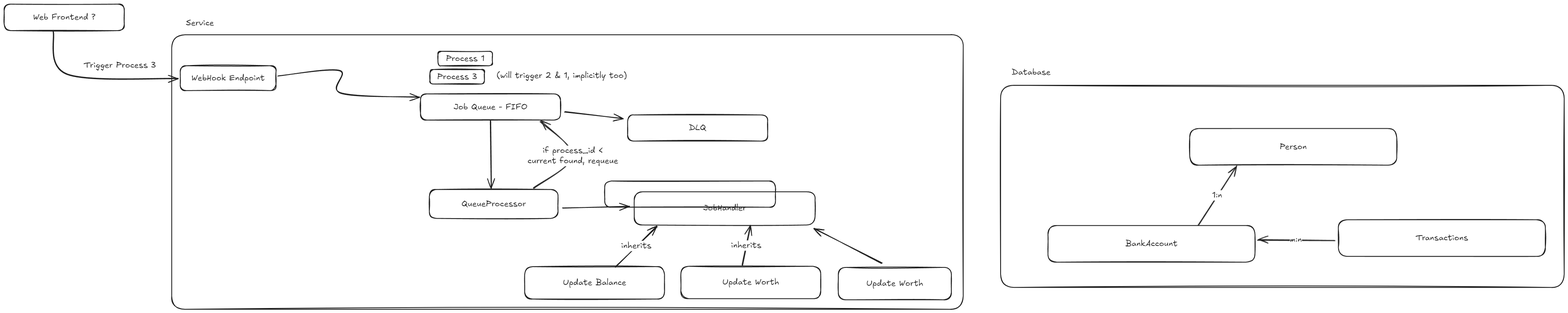
Before: docs/concept.excalidraw.png, a diagram exported from Excalidraw (Hobart2967/lending-statistics-service). Source tidied: one line per element, renumbered; positions are measured from the earlier drawing's top-left corner, leaving out a move shared by most shapes.
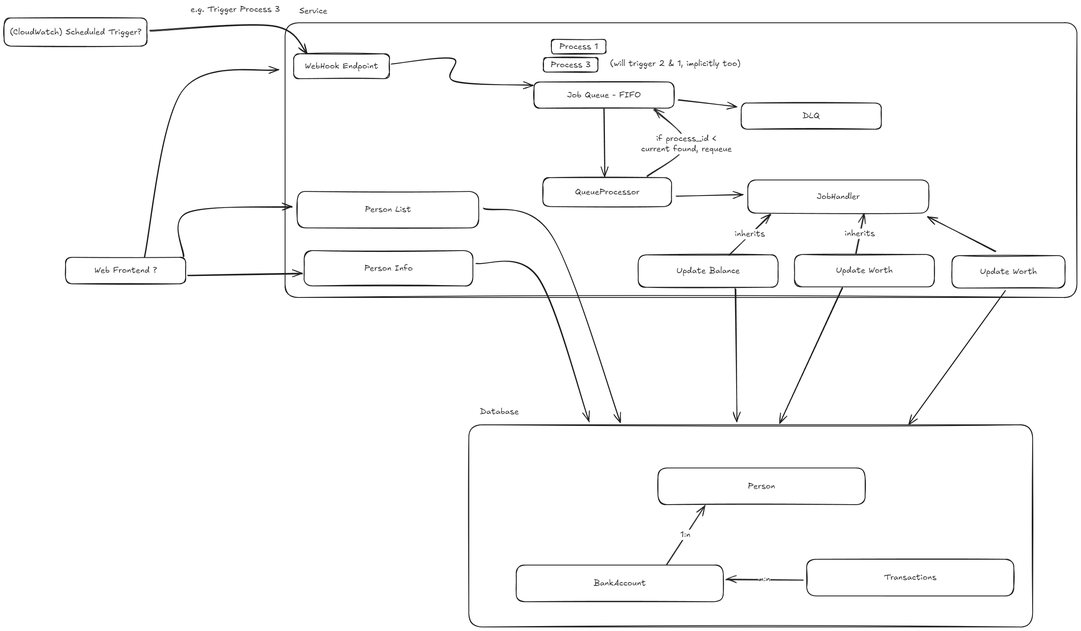
After the commit.

Commit message:
docs(concept): :building_construction: Add last bits to the concept

The edit, as a diff of the source:
```diff
@@ -1,13 +1,13 @@
-{"id": 0, "type": "rectangle", "strokeColor": "#1e1e1e", "strokeWidth": 2, "roughness": 1, "round": true, "x": 0, "y": 0, "width": 290, "height": 64}
+{"id": 0, "type": "rectangle", "strokeColor": "#1e1e1e", "strokeWidth": 2, "roughness": 1, "round": true, "x": -125, "y": 640, "width": 290, "height": 64}
-{"id": 1, "type": "text", "text": "Web Frontend ?", "strokeColor": "#1e1e1e", "strokeWidth": 2, "roughness": 1, "fontSize": 20, "fontFamily": 5, "textAlign": "center", "verticalAlign": "middle", "inside": 0, "x": 70, "y": 20, "width": 151, "height": 25}
+{"id": 1, "type": "text", "text": "Web Frontend ?", "strokeColor": "#1e1e1e", "strokeWidth": 2, "roughness": 1, "fontSize": 20, "fontFamily": 5, "textAlign": "center", "verticalAlign": "middle", "inside": 0, "x": -56, "y": 659, "width": 151, "height": 25}
 {"id": 2, "type": "rectangle", "strokeColor": "#1e1e1e", "strokeWidth": 2, "roughness": 1, "round": true, "x": 425, "y": 149, "width": 231, "height": 60}
 {"id": 3, "type": "text", "text": "WebHook Endpoint", "strokeColor": "#1e1e1e", "strokeWidth": 2, "roughness": 1, "fontSize": 20, "fontFamily": 5, "textAlign": "center", "verticalAlign": "middle", "inside": 2, "x": 452, "y": 166, "width": 177, "height": 25}
-{"id": 4, "type": "arrow", "strokeColor": "#1e1e1e", "strokeWidth": 2, "roughness": 1, "endArrowhead": "arrow", "round": true, "from": 0, "to": 2, "x": 118, "y": 66, "width": 302, "height": 114, "points": [[0, 0], [35, 104], [302, 114]]}
+{"id": 4, "type": "arrow", "strokeColor": "#1e1e1e", "strokeWidth": 2, "roughness": 1, "endArrowhead": "arrow", "round": true, "from": 0, "to": 48, "x": 65, "y": 640, "width": 324, "height": 453, "points": [[0, 0], [92, -401], [324, -453]]}
 {"id": 5, "type": "rectangle", "strokeColor": "#1e1e1e", "strokeWidth": 2, "roughness": 1, "round": true, "x": 1047, "y": 114, "width": 132, "height": 35}
 {"id": 6, "type": "text", "text": "Process 1", "strokeColor": "#1e1e1e", "strokeWidth": 2, "roughness": 1, "fontSize": 20, "fontFamily": 5, "textAlign": "center", "verticalAlign": "middle", "inside": 5, "x": 1067, "y": 119, "width": 93, "height": 25}
 {"id": 7, "type": "rectangle", "strokeColor": "#1e1e1e", "strokeWidth": 2, "roughness": 1, "round": true, "x": 1028, "y": 158, "width": 132, "height": 35}
 {"id": 8, "type": "text", "text": "Process 3", "strokeColor": "#1e1e1e", "strokeWidth": 2, "roughness": 1, "fontSize": 20, "fontFamily": 5, "textAlign": "center", "verticalAlign": "middle", "inside": 7, "x": 1045, "y": 163, "width": 97, "height": 25}
-{"id": 9, "type": "text", "text": "Trigger Process 3", "strokeColor": "#1e1e1e", "strokeWidth": 2, "roughness": 1, "fontSize": 20, "fontFamily": 5, "x": 192, "y": 136, "width": 175, "height": 25}
+{"id": 9, "type": "text", "text": "e.g. Trigger Process 3", "strokeColor": "#1e1e1e", "strokeWidth": 2, "roughness": 1, "fontSize": 20, "fontFamily": 5, "x": 176, "y": 29, "width": 216, "height": 25}
 {"id": 10, "type": "rectangle", "strokeColor": "#1e1e1e", "strokeWidth": 2, "roughness": 1, "round": true, "x": 1005, "y": 217, "width": 338, "height": 63}
 {"id": 11, "type": "text", "text": "Job Queue - FIFO", "strokeColor": "#1e1e1e", "strokeWidth": 2, "roughness": 1, "fontSize": 20, "fontFamily": 5, "textAlign": "center", "verticalAlign": "middle", "inside": 10, "x": 1085, "y": 236, "width": 178, "height": 25}
 {"id": 12, "type": "arrow", "strokeColor": "#1e1e1e", "strokeWidth": 2, "roughness": 1, "endArrowhead": "arrow", "round": true, "from": 2, "to": 10, "x": 661, "y": 173, "width": 342, "height": 63, "points": [[0, 0], [148, -12], [152, 42], [342, 51]]}
@@ -15,12 +15,12 @@
 {"id": 14, "type": "rectangle", "strokeColor": "#1e1e1e", "strokeWidth": 2, "roughness": 1, "round": true, "x": 1505, "y": 268, "width": 338, "height": 63}
 {"id": 15, "type": "text", "text": "DLQ", "strokeColor": "#1e1e1e", "strokeWidth": 2, "roughness": 1, "fontSize": 20, "fontFamily": 5, "textAlign": "center", "verticalAlign": "middle", "inside": 14, "x": 1653, "y": 287, "width": 42, "height": 25}
 {"id": 16, "type": "text", "text": "(will trigger 2 & 1, implicitly too)", "strokeColor": "#1e1e1e", "strokeWidth": 2, "roughness": 1, "fontSize": 20, "fontFamily": 5, "x": 1189, "y": 160, "width": 315, "height": 25}
-{"id": 17, "type": "rectangle", "strokeColor": "#1e1e1e", "strokeWidth": 2, "roughness": 1, "round": true, "x": 2863, "y": 300, "width": 500, "height": 89}
+{"id": 17, "type": "rectangle", "strokeColor": "#1e1e1e", "strokeWidth": 2, "roughness": 1, "round": true, "x": 1305, "y": 1148, "width": 500, "height": 89}
-{"id": 18, "type": "text", "text": "Person", "strokeColor": "#1e1e1e", "strokeWidth": 2, "roughness": 1, "fontSize": 20, "fontFamily": 5, "textAlign": "center", "verticalAlign": "middle", "inside": 17, "x": 3080, "y": 332, "width": 66, "height": 25}
+{"id": 18, "type": "text", "text": "Person", "strokeColor": "#1e1e1e", "strokeWidth": 2, "roughness": 1, "fontSize": 20, "fontFamily": 5, "textAlign": "center", "verticalAlign": "middle", "inside": 17, "x": 1522, "y": 1180, "width": 66, "height": 25}
-{"id": 19, "type": "rectangle", "strokeColor": "#1e1e1e", "strokeWidth": 2, "roughness": 1, "round": true, "x": 2520, "y": 535, "width": 500, "height": 89}
+{"id": 19, "type": "rectangle", "strokeColor": "#1e1e1e", "strokeWidth": 2, "roughness": 1, "round": true, "x": 962, "y": 1383, "width": 500, "height": 89}
-{"id": 20, "type": "text", "text": "BankAccount", "strokeColor": "#1e1e1e", "strokeWidth": 2, "roughness": 1, "fontSize": 20, "fontFamily": 5, "textAlign": "center", "verticalAlign": "middle", "inside": 19, "x": 2707, "y": 567, "width": 126, "height": 25}
+{"id": 20, "type": "text", "text": "BankAccount", "strokeColor": "#1e1e1e", "strokeWidth": 2, "roughness": 1, "fontSize": 20, "fontFamily": 5, "textAlign": "center", "verticalAlign": "middle", "inside": 19, "x": 1149, "y": 1415, "width": 126, "height": 25}
-{"id": 21, "type": "rectangle", "strokeColor": "#1e1e1e", "strokeWidth": 2, "roughness": 1, "round": true, "x": 3222, "y": 521, "width": 500, "height": 89}
+{"id": 21, "type": "rectangle", "strokeColor": "#1e1e1e", "strokeWidth": 2, "roughness": 1, "round": true, "x": 1664, "y": 1369, "width": 500, "height": 89}
-{"id": 22, "type": "text", "text": "Transactions", "strokeColor": "#1e1e1e", "strokeWidth": 2, "roughness": 1, "fontSize": 20, "fontFamily": 5, "textAlign": "center", "verticalAlign": "middle", "inside": 21, "x": 3408, "y": 553, "width": 127, "height": 25}
+{"id": 22, "type": "text", "text": "Transactions", "strokeColor": "#1e1e1e", "strokeWidth": 2, "roughness": 1, "fontSize": 20, "fontFamily": 5, "textAlign": "center", "verticalAlign": "middle", "inside": 21, "x": 1850, "y": 1401, "width": 127, "height": 25}
 {"id": 23, "type": "rectangle", "strokeColor": "#1e1e1e", "strokeWidth": 2, "roughness": 1, "round": true, "x": 1027, "y": 448, "width": 311, "height": 70}
 {"id": 24, "type": "text", "text": "QueueProcessor", "strokeColor": "#1e1e1e", "strokeWidth": 2, "roughness": 1, "fontSize": 20, "fontFamily": 5, "textAlign": "center", "verticalAlign": "middle", "inside": 23, "x": 1104, "y": 470, "width": 156, "height": 25}
 {"id": 25, "type": "arrow", "strokeColor": "#1e1e1e", "strokeWidth": 2, "roughness": 1, "endArrowhead": "arrow", "round": true, "from": 10, "to": 23, "x": 1174, "y": 282, "width": 2, "height": 163, "points": [[0, 0], [2, 163]]}
@@ -37,14 +37,28 @@
 {"id": 36, "type": "text", "text": "inherits", "strokeColor": "#1e1e1e", "strokeWidth": 2, "roughness": 1, "fontSize": 20, "fontFamily": 5, "textAlign": "center", "verticalAlign": "middle", "inside": 35, "x": 1549, "y": 563, "width": 73, "height": 25}
 {"id": 37, "type": "arrow", "strokeColor": "#1e1e1e", "strokeWidth": 2, "roughness": 1, "endArrowhead": "arrow", "round": true, "from": 33, "to": 28, "x": 1782, "y": 632, "width": 20, "height": 97, "points": [[0, 0], [20, -97]]}
 {"id": 38, "type": "text", "text": "inherits", "strokeColor": "#1e1e1e", "strokeWidth": 2, "roughness": 1, "fontSize": 20, "fontFamily": 5, "textAlign": "center", "verticalAlign": "middle", "inside": 37, "x": 1839, "y": 561, "width": 73, "height": 25}
-{"id": 39, "type": "arrow", "strokeColor": "#1e1e1e", "strokeWidth": 2, "roughness": 1, "endArrowhead": "arrow", "round": true, "from": 21, "to": 19, "x": 3212, "y": 569, "width": 186, "height": 1, "points": [[0, 0], [-186, -1]]}
+{"id": 39, "type": "arrow", "strokeColor": "#1e1e1e", "strokeWidth": 2, "roughness": 1, "endArrowhead": "arrow", "round": true, "from": 21, "to": 19, "x": 1654, "y": 1417, "width": 186, "height": 1, "points": [[0, 0], [-186, -1]]}
 {"id": 40, "type": "text", "text": "m:n", "strokeColor": "#1e1e1e", "strokeWidth": 2, "roughness": 1, "fontSize": 20, "fontFamily": 5, "textAlign": "center", "verticalAlign": "middle", "inside": 39, "x": 2934, "y": 566, "width": 29, "height": 25}
-{"id": 41, "type": "arrow", "strokeColor": "#1e1e1e", "strokeWidth": 2, "roughness": 1, "endArrowhead": "arrow", "round": true, "from": 19, "to": 17, "x": 2883, "y": 534, "width": 92, "height": 143, "points": [[0, 0], [92, -143]]}
+{"id": 41, "type": "arrow", "strokeColor": "#1e1e1e", "strokeWidth": 2, "roughness": 1, "endArrowhead": "arrow", "round": true, "from": 19, "to": 17, "x": 1325, "y": 1382, "width": 92, "height": 143, "points": [[0, 0], [92, -143]]}
 {"id": 42, "type": "text", "text": "1:n", "strokeColor": "#1e1e1e", "strokeWidth": 2, "roughness": 1, "fontSize": 20, "fontFamily": 5, "textAlign": "center", "verticalAlign": "middle", "inside": 41, "x": 2719, "y": 445, "width": 24, "height": 25}
-{"id": 43, "type": "rectangle", "strokeColor": "#1e1e1e", "strokeWidth": 2, "roughness": 1, "round": true, "x": 2406, "y": 196, "width": 1361, "height": 488}
+{"id": 43, "type": "rectangle", "strokeColor": "#1e1e1e", "strokeWidth": 2, "roughness": 1, "round": true, "x": 848, "y": 1044, "width": 1361, "height": 488}
-{"id": 44, "type": "text", "text": "Database", "strokeColor": "#1e1e1e", "strokeWidth": 2, "roughness": 1, "fontSize": 20, "fontFamily": 5, "x": 2433, "y": 152, "width": 94, "height": 25}
+{"id": 44, "type": "text", "text": "Database", "strokeColor": "#1e1e1e", "strokeWidth": 2, "roughness": 1, "fontSize": 20, "fontFamily": 5, "x": 875, "y": 1000, "width": 94, "height": 25}
 {"id": 45, "type": "rectangle", "strokeColor": "#1e1e1e", "strokeWidth": 2, "roughness": 1, "round": true, "x": 2014, "y": 636, "width": 273, "height": 78}
 {"id": 46, "type": "text", "text": "Update Worth", "strokeColor": "#1e1e1e", "strokeWidth": 2, "roughness": 1, "fontSize": 20, "fontFamily": 5, "textAlign": "center", "verticalAlign": "middle", "inside": 45, "x": 2082, "y": 663, "width": 137, "height": 25}
 {"id": 47, "type": "arrow", "strokeColor": "#1e1e1e", "strokeWidth": 2, "roughness": 1, "endArrowhead": "arrow", "round": true, "from": 45, "to": 28, "x": 2119, "y": 627, "width": 164, "height": 85, "points": [[0, 0], [-164, -85]]}
 {"id": 48, "type": "rectangle", "strokeColor": "#1e1e1e", "strokeWidth": 2, "roughness": 1, "round": true, "x": 405, "y": 74, "width": 1911, "height": 663}
 {"id": 49, "type": "text", "text": "Service", "strokeColor": "#1e1e1e", "strokeWidth": 2, "roughness": 1, "fontSize": 20, "fontFamily": 5, "x": 439, "y": 33, "width": 68, "height": 25}
+{"id": 50, "type": "arrow", "strokeColor": "#1e1e1e", "strokeWidth": 2, "roughness": 1, "endArrowhead": "arrow", "round": true, "from": 31, "to": 43, "x": 1491, "y": 716, "width": 4, "height": 321, "points": [[0, 0], [4, 321]]}
+{"id": 51, "type": "arrow", "strokeColor": "#1e1e1e", "strokeWidth": 2, "roughness": 1, "endArrowhead": "arrow", "round": true, "from": 33, "to": 43, "x": 1750, "y": 714, "width": 151, "height": 327, "points": [[0, 0], [-151, 327]]}
+{"id": 52, "type": "arrow", "strokeColor": "#1e1e1e", "strokeWidth": 2, "roughness": 1, "endArrowhead": "arrow", "round": true, "from": 45, "to": 43, "x": 2142, "y": 721, "width": 233, "height": 322, "points": [[0, 0], [-233, 322]]}
+{"id": 53, "type": "rectangle", "strokeColor": "#1e1e1e", "strokeWidth": 2, "roughness": 1, "round": true, "x": -273, "y": 62, "width": 345, "height": 68}
+{"id": 54, "type": "text", "text": "(CloudWatch) Scheduled Trigger?", "strokeColor": "#1e1e1e", "strokeWidth": 2, "roughness": 1, "fontSize": 20, "fontFamily": 5, "textAlign": "center", "verticalAlign": "middle", "inside": 53, "x": -260, "y": 84, "width": 317, "height": 25}
+{"id": 55, "type": "arrow", "strokeColor": "#1e1e1e", "strokeWidth": 2, "roughness": 1, "endArrowhead": "arrow", "round": true, "from": 53, "to": 2, "x": 79, "y": 93, "width": 379, "height": 67, "points": [[0, 0], [296, -12], [379, 55]]}
+{"id": 56, "type": "rectangle", "strokeColor": "#1e1e1e", "strokeWidth": 2, "roughness": 1, "round": true, "x": 434, "y": 481, "width": 438, "height": 88}
+{"id": 57, "type": "text", "text": "Person List", "strokeColor": "#1e1e1e", "strokeWidth": 2, "roughness": 1, "fontSize": 20, "fontFamily": 5, "textAlign": "center", "verticalAlign": "middle", "inside": 56, "x": 597, "y": 513, "width": 111, "height": 25}
+{"id": 58, "type": "arrow", "strokeColor": "#1e1e1e", "strokeWidth": 2, "roughness": 1, "endArrowhead": "arrow", "round": true, "from": 56, "to": 43, "x": 884, "y": 522, "width": 329, "height": 516, "points": [[0, 0], [164, 64], [329, 516]]}
+{"id": 59, "type": "rectangle", "strokeColor": "#1e1e1e", "strokeWidth": 2, "roughness": 1, "round": true, "x": 451, "y": 624, "width": 407, "height": 85}
+{"id": 60, "type": "text", "text": "Person Info", "strokeColor": "#1e1e1e", "strokeWidth": 2, "roughness": 1, "fontSize": 20, "fontFamily": 5, "textAlign": "center", "verticalAlign": "middle", "inside": 59, "x": 596, "y": 654, "width": 117, "height": 25}
+{"id": 61, "type": "arrow", "strokeColor": "#1e1e1e", "strokeWidth": 2, "roughness": 1, "endArrowhead": "arrow", "round": true, "from": 59, "to": 43, "x": 866, "y": 654, "width": 273, "height": 382, "points": [[0, 0], [149, 33], [273, 382]]}
+{"id": 62, "type": "arrow", "strokeColor": "#1e1e1e", "strokeWidth": 2, "roughness": 1, "endArrowhead": "arrow", "round": true, "from": 0, "to": 56, "x": 160, "y": 640, "width": 261, "height": 121, "points": [[0, 0], [7, -107], [261, -121]]}
+{"id": 63, "type": "arrow", "strokeColor": "#1e1e1e", "strokeWidth": 2, "roughness": 1, "endArrowhead": "arrow", "round": true, "from": 0, "to": 59, "x": 171, "y": 685, "width": 276, "height": 5, "points": [[0, 0], [276, -5]]}
```
